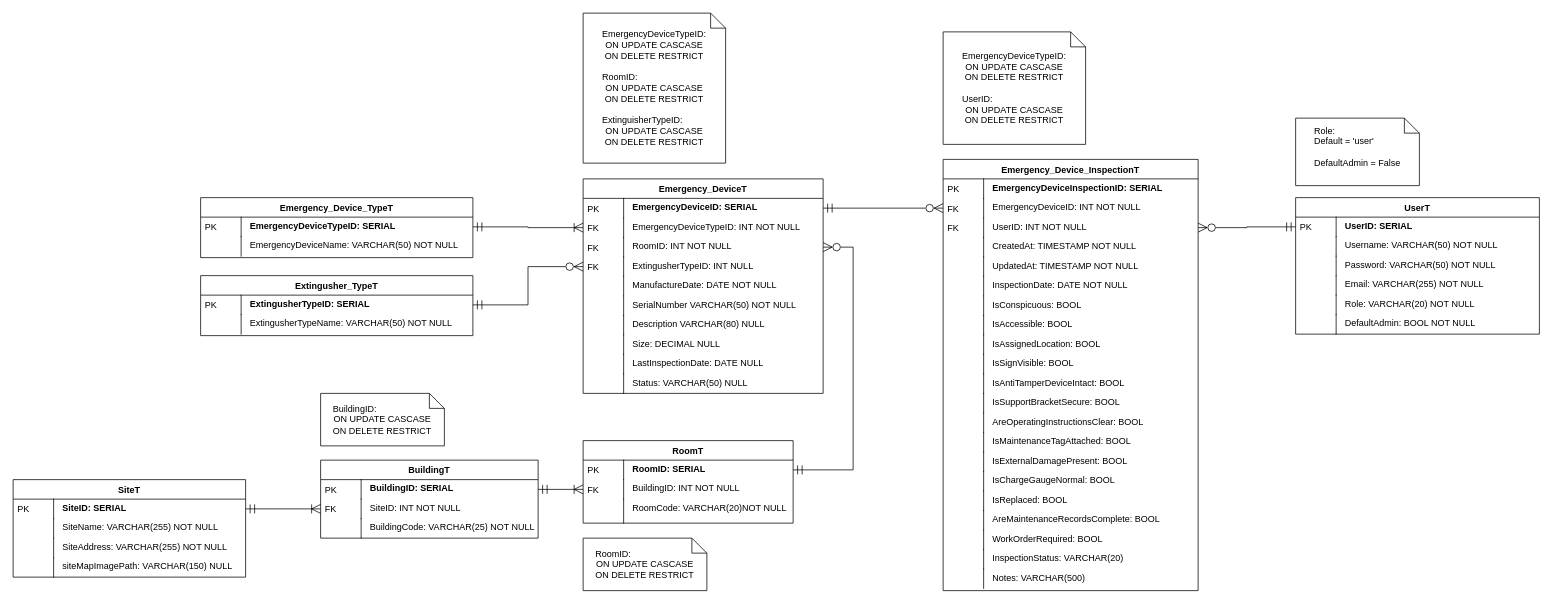
AlexGithub777/BAP---Project keeps this draw.io diagram as Diagrams/ERD/erd.drawio. Above is the earlier version. Source tidied: cells renumbered, new cells numbered last; positions are measured from the earlier drawing's top-left corner, leaving out a move shared by most shapes. Both pictures are drawn from the tidied source at 75%, with x=0, y=0 at pixel (13, 13).
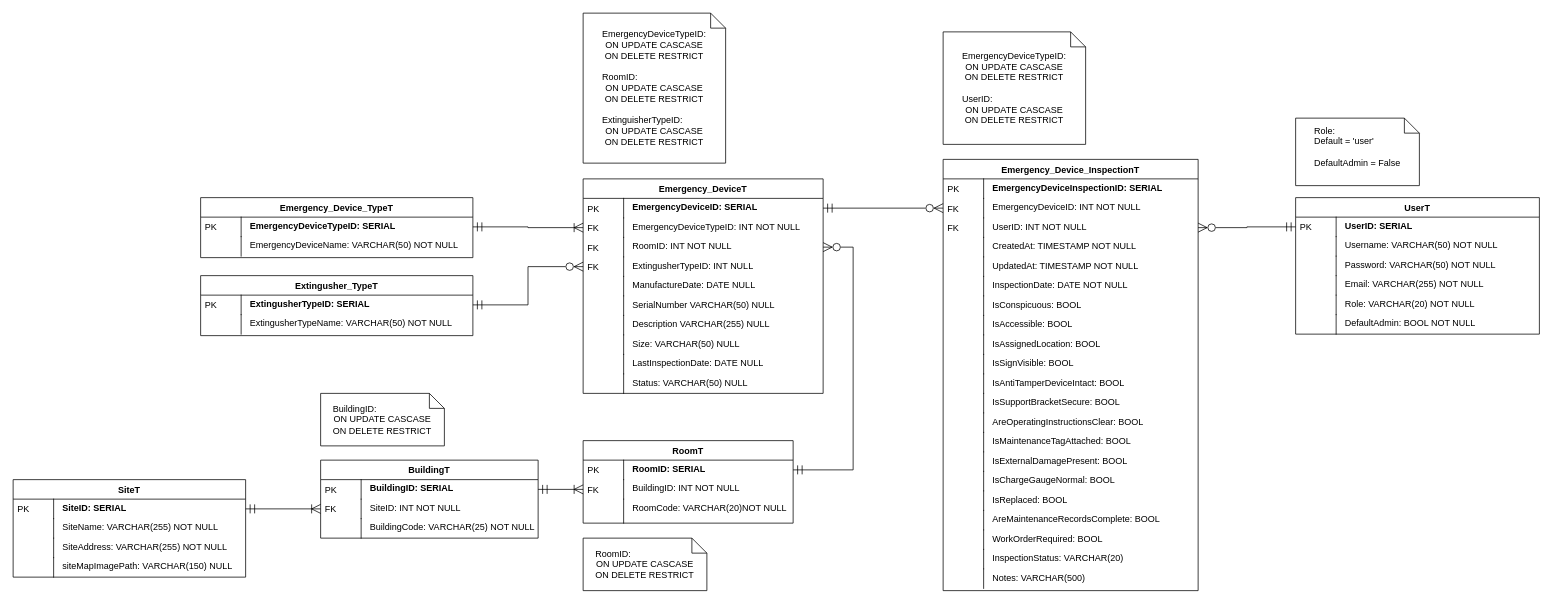
The same page after the edit.

The change refers to these unchanged cells:
```xml
<mxCell id="2" value="Emergency_DeviceT" style="swimlane;fontStyle=1;horizontal=1;startSize=26;fillColor=default;swimlaneFillColor=default;align=center;" parent="1" vertex="1">
  <mxGeometry x="760" y="221" width="320" height="286" as="geometry" />
</mxCell>
```

Change to the diagram source:
```diff
@@
-    <mxCell id="11" value="ManufactureDate: DATE NOT NULL" style="shape=partialRectangle;top=0;left=0;right=0;bottom=0;align=left;verticalAlign=top;spacingTop=-2;fillColor=none;spacingLeft=64;spacingRight=4;overflow=hidden;" parent="2" vertex="1">
+    <mxCell id="11" value="ManufactureDate: DATE NULL" style="shape=partialRectangle;top=0;left=0;right=0;bottom=0;align=left;verticalAlign=top;spacingTop=-2;fillColor=none;spacingLeft=64;spacingRight=4;overflow=hidden;" parent="2" vertex="1">
       <mxGeometry y="130" width="320" height="26" as="geometry" />
     </mxCell>
@@
-    <mxCell id="13" value="SerialNumber VARCHAR(50) NOT NULL" style="shape=partialRectangle;top=0;left=0;right=0;bottom=0;align=left;verticalAlign=top;spacingTop=-2;fillColor=none;spacingLeft=64;spacingRight=4;overflow=hidden;" parent="2" vertex="1">
+    <mxCell id="13" value="SerialNumber VARCHAR(50) NULL" style="shape=partialRectangle;top=0;left=0;right=0;bottom=0;align=left;verticalAlign=top;spacingTop=-2;fillColor=none;spacingLeft=64;spacingRight=4;overflow=hidden;" parent="2" vertex="1">
       <mxGeometry y="156" width="320" height="26" as="geometry" />
     </mxCell>
@@
-    <mxCell id="15" value="Description VARCHAR(80) NULL" style="shape=partialRectangle;top=0;left=0;right=0;bottom=0;align=left;verticalAlign=top;spacingTop=-2;fillColor=none;spacingLeft=64;spacingRight=4;overflow=hidden;" parent="2" vertex="1">
+    <mxCell id="15" value="Description VARCHAR(255) NULL" style="shape=partialRectangle;top=0;left=0;right=0;bottom=0;align=left;verticalAlign=top;spacingTop=-2;fillColor=none;spacingLeft=64;spacingRight=4;overflow=hidden;" parent="2" vertex="1">
       <mxGeometry y="182" width="320" height="26" as="geometry" />
     </mxCell>
@@
-    <mxCell id="17" value="Size: DECIMAL NULL" style="shape=partialRectangle;top=0;left=0;right=0;bottom=0;align=left;verticalAlign=top;spacingTop=-2;fillColor=none;spacingLeft=64;spacingRight=4;overflow=hidden;" parent="2" vertex="1">
+    <mxCell id="17" value="Size: VARCHAR(50) NULL" style="shape=partialRectangle;top=0;left=0;right=0;bottom=0;align=left;verticalAlign=top;spacingTop=-2;fillColor=none;spacingLeft=64;spacingRight=4;overflow=hidden;" parent="2" vertex="1">
       <mxGeometry y="208" width="320" height="26" as="geometry" />
     </mxCell>
```
